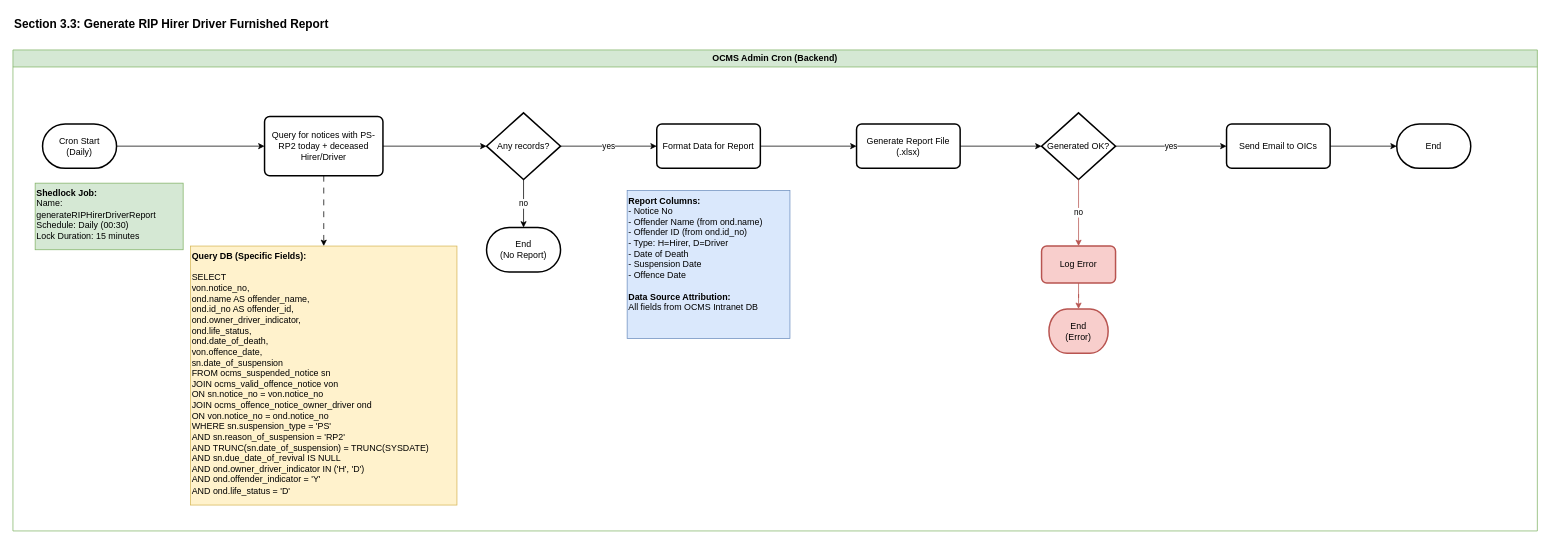
Above: page "Section_3_RIP_Report" (3 of 4) of OCMS 14/Section 3/OCMS14-Technical_Flowchart_Section_3.drawio in rafifmgg/techdoc (draw.io), before the change. Source tidied: cells renumbered, new cells numbered last; positions are measured from the earlier drawing's top-left corner, leaving out a move shared by most shapes. Both pictures are drawn from the tidied source at 74%, with x=0, y=0 at pixel (13, 13).
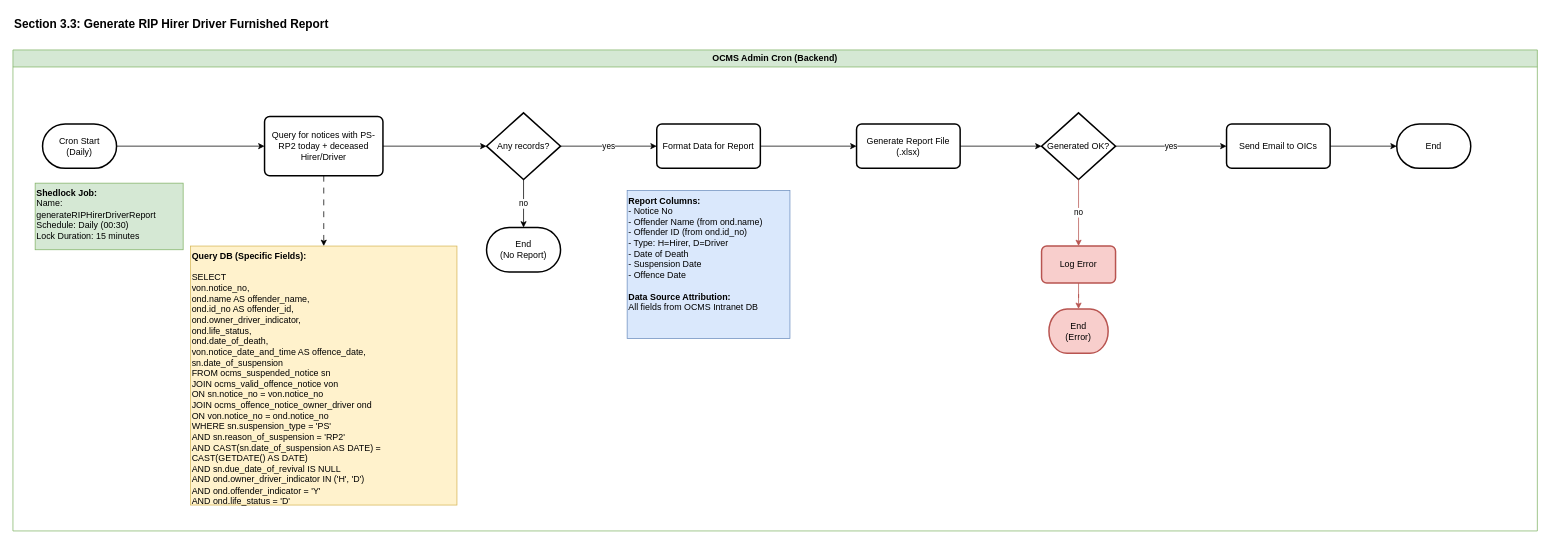
After the change.

Unchanged cells that the change refers to:
```xml
<mxCell id="3" value="OCMS Admin Cron (Backend)" style="swimlane;whiteSpace=wrap;html=1;fillColor=#d5e8d4;strokeColor=#82b366;" parent="1" vertex="1">
  <mxGeometry y="50" width="2060" height="650" as="geometry" />
</mxCell>
```

Diff of the diagram source:
```diff
@@
-    <mxCell id="27" value="&lt;b&gt;Query DB (Specific Fields):&lt;/b&gt;&lt;br&gt;&lt;br&gt;SELECT&lt;br&gt;  von.notice_no,&lt;br&gt;  ond.name AS offender_name,&lt;br&gt;  ond.id_no AS offender_id,&lt;br&gt;  ond.owner_driver_indicator,&lt;br&gt;  ond.life_status,&lt;br&gt;  ond.date_of_death,&lt;br&gt;  von.offence_date,&lt;br&gt;  sn.date_of_suspension&lt;br&gt;FROM ocms_suspended_notice sn&lt;br&gt;JOIN ocms_valid_offence_notice von&lt;br&gt;  ON sn.notice_no = von.notice_no&lt;br&gt;JOIN ocms_offence_notice_owner_driver ond&lt;br&gt;  ON von.notice_no = ond.notice_no&lt;br&gt;WHERE sn.suspension_type = 'PS'&lt;br&gt;  AND sn.reason_of_suspension = 'RP2'&lt;br&gt;  AND TRUNC(sn.date_of_suspension) = TRUNC(SYSDATE)&lt;br&gt;  AND sn.due_date_of_revival IS NULL&lt;br&gt;  AND ond.owner_driver_indicator IN ('H', 'D')&lt;br&gt;  AND ond.offender_indicator = 'Y'&lt;br&gt;  AND ond.life_status = 'D'" style="text;html=1;whiteSpace=wrap;strokeColor=#d6b656;fillColor=#fff2cc;align=left;verticalAlign=top;rounded=0;" parent="3" vertex="1">
+    <mxCell id="27" value="&lt;b&gt;Query DB (Specific Fields):&lt;/b&gt;&lt;br&gt;&lt;br&gt;SELECT&lt;br&gt;  von.notice_no,&lt;br&gt;  ond.name AS offender_name,&lt;br&gt;  ond.id_no AS offender_id,&lt;br&gt;  ond.owner_driver_indicator,&lt;br&gt;  ond.life_status,&lt;br&gt;  ond.date_of_death,&lt;br&gt;  von.notice_date_and_time AS offence_date,&lt;br&gt;  sn.date_of_suspension&lt;br&gt;FROM ocms_suspended_notice sn&lt;br&gt;JOIN ocms_valid_offence_notice von&lt;br&gt;  ON sn.notice_no = von.notice_no&lt;br&gt;JOIN ocms_offence_notice_owner_driver ond&lt;br&gt;  ON von.notice_no = ond.notice_no&lt;br&gt;WHERE sn.suspension_type = 'PS'&lt;br&gt;  AND sn.reason_of_suspension = 'RP2'&lt;br&gt;  AND CAST(sn.date_of_suspension AS DATE) = CAST(GETDATE() AS DATE)&lt;br&gt;  AND sn.due_date_of_revival IS NULL&lt;br&gt;  AND ond.owner_driver_indicator IN ('H', 'D')&lt;br&gt;  AND ond.offender_indicator = 'Y'&lt;br&gt;  AND ond.life_status = 'D'" style="text;html=1;whiteSpace=wrap;strokeColor=#d6b656;fillColor=#fff2cc;align=left;verticalAlign=top;rounded=0;" parent="3" vertex="1">
       <mxGeometry x="240" y="265" width="360" height="350" as="geometry" />
     </mxCell>
```
